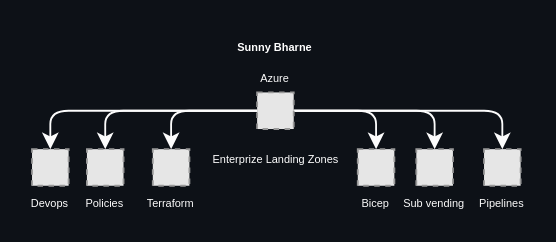
Above: page "linkedin" (2 of 2) of assets/banner.drawio in sunnybharne/sunnybharne (draw.io), before the change. Source tidied: cells renumbered, new cells numbered last; positions are measured from the earlier drawing's top-left corner, leaving out a move shared by most shapes. Both pictures are drawn from the tidied source at 183%, with x=0, y=0 at pixel (31, 31). Pictures stored in the file or linked from it are replaced by grey dashed boxes.
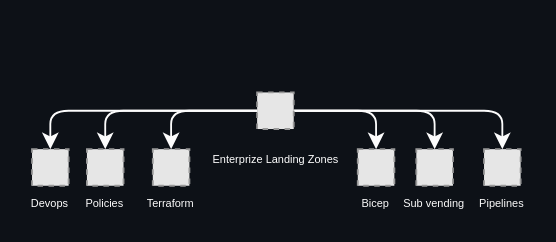
The same page after the edit.

Change to the diagram source:
```diff
@@
 <mxGraphModel background="#0D1117">
   <root>
     <mxCell id="0" />
     <mxCell id="1" parent="0" />
-    <mxCell id="2" value="&lt;b style=&quot;font-size: 6px;&quot;&gt;Sunny Bharne&lt;/b&gt;" style="text;html=1;strokeColor=none;fillColor=none;align=center;verticalAlign=middle;whiteSpace=wrap;rounded=0;fontColor=#FFFFFF;fontSize=6;" parent="1" vertex="1">
-      <mxGeometry x="88" width="90" height="18" as="geometry" />
-    </mxCell>
     <mxCell id="3" style="edgeStyle=orthogonalEdgeStyle;html=1;entryX=0.5;entryY=0;entryDx=0;entryDy=0;fontSize=10;fontColor=#808080;strokeColor=#FCFCFC;" parent="1" edge="1" source="9" target="11">
       <mxGeometry relative="1" as="geometry" />
     </mxCell>
     <mxCell id="4" style="edgeStyle=orthogonalEdgeStyle;html=1;entryX=0.5;entryY=0;entryDx=0;entryDy=0;fontSize=10;fontColor=#808080;strokeColor=#FCFCFC;" parent="1" edge="1" source="9" target="10">
       <mxGeometry relative="1" as="geometry" />
     </mxCell>
     <mxCell id="5" style="edgeStyle=orthogonalEdgeStyle;html=1;fontSize=10;fontColor=#808080;strokeColor=#FCFCFC;" parent="1" edge="1" source="9" target="12">
       <mxGeometry relative="1" as="geometry" />
     </mxCell>
     <mxCell id="6" style="edgeStyle=orthogonalEdgeStyle;html=1;entryX=0.5;entryY=0;entryDx=0;entryDy=0;fontSize=10;fontColor=#808080;strokeColor=#FCFCFC;" parent="1" edge="1" source="9" target="13">
       <mxGeometry relative="1" as="geometry" />
     </mxCell>
     <mxCell id="7" style="edgeStyle=orthogonalEdgeStyle;html=1;fontSize=10;fontColor=#808080;strokeColor=#FCFCFC;" parent="1" edge="1" source="9" target="14">
       <mxGeometry relative="1" as="geometry" />
     </mxCell>
     <mxCell id="8" style="edgeStyle=orthogonalEdgeStyle;html=1;fontSize=10;fontColor=#808080;strokeColor=#FCFCFC;" parent="1" edge="1" source="9" target="15">
       <mxGeometry relative="1" as="geometry" />
     </mxCell>
-    <mxCell id="9" value="Azure" style="fillColor=#E6E6E6;strokeColor=#999999;dashed=1;verticalLabelPosition=top;labelBackgroundColor=none;verticalAlign=bottom;labelPosition=center;align=center;fontColor=#FCFCFC;fontSize=6;" parent="1" vertex="1">
+    <mxCell id="9" style="fillColor=#E6E6E6;strokeColor=#999999;dashed=1;verticalLabelPosition=top;labelBackgroundColor=none;verticalAlign=bottom;labelPosition=center;align=center;fontColor=#FCFCFC;fontSize=6;" parent="1" vertex="1">
       <mxGeometry x="123" y="33" width="20" height="20" as="geometry" />
     </mxCell>
     <mxCell id="10" value="Devops" style="fillColor=#E6E6E6;strokeColor=#999999;dashed=1;verticalLabelPosition=bottom;labelBackgroundColor=none;verticalAlign=top;labelPosition=center;align=center;fontColor=#FFFFFF;fontSize=6;" parent="1" vertex="1">
       <mxGeometry y="64" width="20" height="20" as="geometry" />
     </mxCell>
     <mxCell id="11" value="Pipelines" style="fillColor=#E6E6E6;strokeColor=#999999;dashed=1;verticalLabelPosition=bottom;labelBackgroundColor=none;verticalAlign=top;labelPosition=center;align=center;fontColor=#FCFCFC;fontSize=6;" parent="1" vertex="1">
       <mxGeometry x="247" y="64" width="20" height="20" as="geometry" />
     </mxCell>
     <mxCell id="12" value="Policies" style="fillColor=#E6E6E6;strokeColor=#999999;dashed=1;verticalLabelPosition=bottom;labelBackgroundColor=none;verticalAlign=top;fontColor=#FCFCFC;fontSize=6;" parent="1" vertex="1">
       <mxGeometry x="30" y="64" width="20" height="20" as="geometry" />
     </mxCell>
     <mxCell id="13" value="Sub vending" style="fillColor=#E6E6E6;strokeColor=#999999;dashed=1;verticalLabelPosition=bottom;labelBackgroundColor=none;verticalAlign=top;fontColor=#FCFCFC;fontSize=6;" parent="1" vertex="1">
       <mxGeometry x="210" y="64" width="20" height="20" as="geometry" />
     </mxCell>
     <mxCell id="14" value="Terraform" style="fillColor=#E6E6E6;strokeColor=#999999;dashed=1;verticalLabelPosition=bottom;labelBackgroundColor=none;verticalAlign=top;labelPosition=center;align=center;fontColor=#FCFCFC;fontSize=6;" parent="1" vertex="1">
       <mxGeometry x="66" y="64" width="20" height="20" as="geometry" />
     </mxCell>
     <mxCell id="15" value="Bicep" style="fillColor=#E6E6E6;strokeColor=#999999;dashed=1;verticalLabelPosition=bottom;labelBackgroundColor=none;verticalAlign=top;labelPosition=center;align=center;fontColor=#FCFCFC;fontSize=6;" parent="1" vertex="1">
       <mxGeometry x="178" y="64" width="20" height="20" as="geometry" />
     </mxCell>
     <mxCell id="16" value="&lt;span style=&quot;font-weight: 400;&quot;&gt;&lt;font style=&quot;font-size: 6px;&quot;&gt;Enterprize Landing Zones&lt;/font&gt;&lt;/span&gt;" style="text;html=1;strokeColor=none;fillColor=none;align=center;verticalAlign=middle;whiteSpace=wrap;rounded=0;fontColor=#FFFFFF;fontStyle=1;" parent="1" vertex="1">
       <mxGeometry x="60.5" y="59" width="145" height="18" as="geometry" />
     </mxCell>
   </root>
 </mxGraphModel>
```
